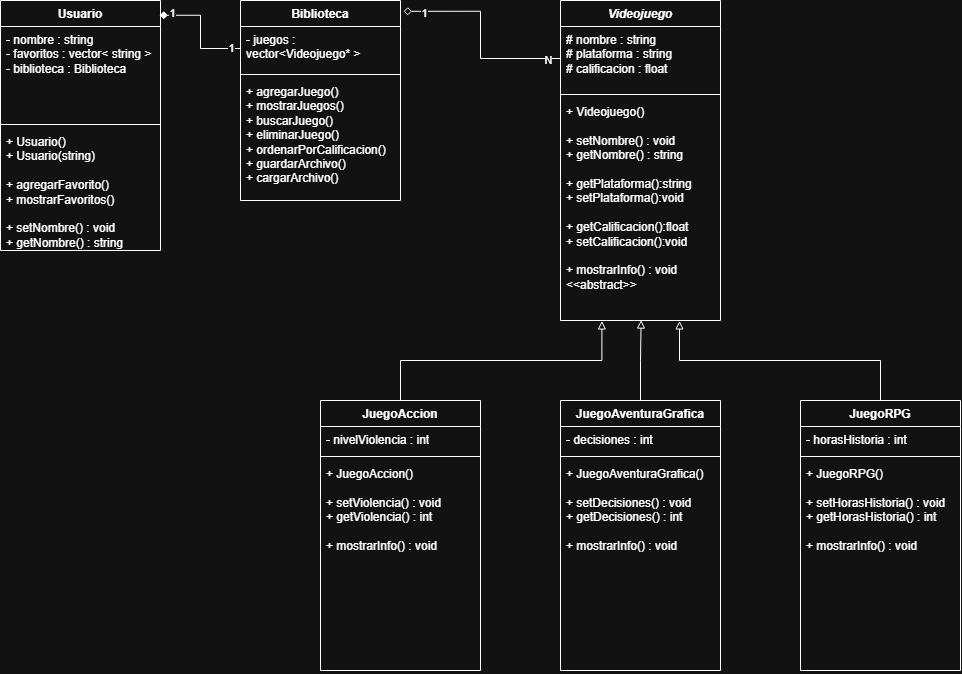
Before: 2Proyecto.drawio.png, a diagram exported from draw.io (Nararj/2Proyecto-C-). Source tidied: cells renumbered, new cells last; positions are measured from the earlier drawing's top-left corner, leaving out a move shared by most shapes.
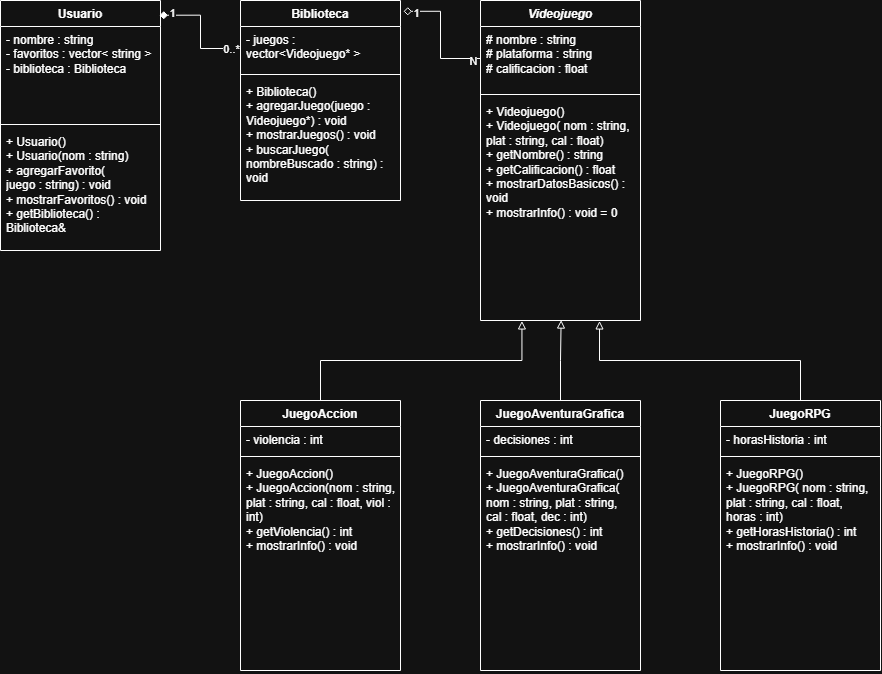
The same diagram one commit later.

The edit, as a diff of the source:
```diff
@@ -11,19 +11,19 @@
     <mxCell id="4" style="line;strokeWidth=1;fillColor=none;align=left;verticalAlign=middle;spacingTop=-1;spacingLeft=3;spacingRight=3;labelPosition=right;strokeColor=inherit;" parent="2" vertex="1">
       <mxGeometry y="90" width="160" height="8" as="geometry" />
     </mxCell>
-    <mxCell id="5" value="+ Videojuego()&lt;div&gt;&lt;br&gt;+ setNombre() : void&amp;nbsp;&lt;br&gt;+ getNombre() : string&lt;br&gt;&lt;div&gt;&lt;/div&gt;&lt;div&gt;&lt;br&gt;&lt;/div&gt;&lt;div&gt;+ getPlataforma():string&lt;/div&gt;&lt;div&gt;+ setPlataforma():void&lt;/div&gt;&lt;div&gt;&lt;br&gt;&lt;/div&gt;&lt;div&gt;+ getCalificacion():float&lt;/div&gt;&lt;div&gt;+ setCalificacion():void&lt;/div&gt;&lt;div&gt;&lt;br&gt;&lt;/div&gt;&lt;div&gt;+ mostrarInfo() : void&amp;nbsp;&lt;/div&gt;&lt;div&gt;&amp;lt;&amp;lt;abstract&amp;gt;&amp;gt;&lt;/div&gt;&lt;/div&gt;" style="text;strokeColor=none;fillColor=none;align=left;verticalAlign=top;spacingLeft=4;spacingRight=4;overflow=hidden;points=[[0,0.5],[1,0.5]];portConstraint=eastwest;whiteSpace=wrap;html=1;" parent="2" vertex="1">
+    <mxCell id="5" value="+ Videojuego()&lt;br&gt;+ Videojuego( nom : string, plat : string, cal : float)&lt;br&gt;+ getNombre() : string&lt;br&gt;+ getCalificacion() : float&lt;br&gt;+ mostrarDatosBasicos() : void&lt;br&gt;+ mostrarInfo() : void = 0" style="text;strokeColor=none;fillColor=none;align=left;verticalAlign=top;spacingLeft=4;spacingRight=4;overflow=hidden;points=[[0,0.5],[1,0.5]];portConstraint=eastwest;whiteSpace=wrap;html=1;" parent="2" vertex="1">
       <mxGeometry y="98" width="160" height="222" as="geometry" />
     </mxCell>
     <mxCell id="6" value="JuegoAccion" style="swimlane;fontStyle=1;align=center;verticalAlign=top;horizontal=1;startSize=26;whiteSpace=wrap;html=1;" parent="1" vertex="1">
       <mxGeometry x="320" y="400" width="160" height="270" as="geometry" />
     </mxCell>
-    <mxCell id="7" value="- nivelViolencia : int" style="text;strokeColor=none;fillColor=none;align=left;verticalAlign=top;spacingLeft=4;spacingRight=4;overflow=hidden;whiteSpace=wrap;html=1;" parent="6" vertex="1">
+    <mxCell id="7" value="- violencia : int" style="text;strokeColor=none;fillColor=none;align=left;verticalAlign=top;spacingLeft=4;spacingRight=4;overflow=hidden;whiteSpace=wrap;html=1;" parent="6" vertex="1">
       <mxGeometry y="26" width="160" height="26" as="geometry" />
     </mxCell>
     <mxCell id="8" style="line;strokeWidth=1;fillColor=none;align=left;verticalAlign=middle;spacingTop=-1;spacingLeft=3;spacingRight=3;labelPosition=right;strokeColor=inherit;" parent="6" vertex="1">
       <mxGeometry y="52" width="160" height="8" as="geometry" />
     </mxCell>
-    <mxCell id="9" value="+ JuegoAccion()&lt;div&gt;&lt;br&gt;&lt;/div&gt;&lt;div&gt;+ setViolencia() : void&lt;/div&gt;&lt;div&gt;+ getViolencia() : int&lt;/div&gt;&lt;div&gt;&lt;br&gt;&lt;/div&gt;&lt;div&gt;+ mostrarInfo() : void&amp;nbsp;&lt;/div&gt;" style="text;strokeColor=none;fillColor=none;align=left;verticalAlign=top;spacingLeft=4;spacingRight=4;overflow=hidden;whiteSpace=wrap;html=1;" parent="6" vertex="1">
+    <mxCell id="9" value="+ JuegoAccion()&lt;div&gt;+ JuegoAccion(nom : string, plat : string, cal : float, viol : int)&lt;/div&gt;&lt;div&gt;&lt;span style=&quot;background-color: transparent; color: light-dark(rgb(0, 0, 0), rgb(255, 255, 255));&quot;&gt;+ getViolencia() : int&lt;/span&gt;&lt;/div&gt;&lt;div&gt;+ mostrarInfo() : void&amp;nbsp;&lt;/div&gt;" style="text;strokeColor=none;fillColor=none;align=left;verticalAlign=top;spacingLeft=4;spacingRight=4;overflow=hidden;whiteSpace=wrap;html=1;" parent="6" vertex="1">
       <mxGeometry y="60" width="160" height="210" as="geometry" />
     </mxCell>
     <mxCell id="10" value="JuegoRPG" style="swimlane;fontStyle=1;align=center;verticalAlign=top;horizontal=1;startSize=26;whiteSpace=wrap;html=1;" parent="1" vertex="1">
@@ -35,7 +35,7 @@
     <mxCell id="12" style="line;strokeWidth=1;fillColor=none;align=left;verticalAlign=middle;spacingTop=-1;spacingLeft=3;spacingRight=3;labelPosition=right;strokeColor=inherit;" parent="10" vertex="1">
       <mxGeometry y="52" width="160" height="8" as="geometry" />
     </mxCell>
-    <mxCell id="13" value="&lt;div&gt;+ JuegoRPG()&lt;/div&gt;&lt;div&gt;&lt;br&gt;&lt;/div&gt;&lt;div&gt;+ setHorasHistoria() : void&lt;/div&gt;&lt;div&gt;+ getHorasHistoria() : int&lt;/div&gt;&lt;div&gt;&lt;br&gt;&lt;/div&gt;&lt;div&gt;+ mostrarInfo() : void&amp;nbsp;&lt;/div&gt;" style="text;strokeColor=none;fillColor=none;align=left;verticalAlign=top;spacingLeft=4;spacingRight=4;overflow=hidden;whiteSpace=wrap;html=1;" parent="10" vertex="1">
+    <mxCell id="13" value="&lt;div&gt;+ JuegoRPG()&lt;/div&gt;&lt;div&gt;+ JuegoRPG( nom : string, plat : string, cal : float, horas : int)&lt;/div&gt;&lt;div&gt;&lt;span style=&quot;background-color: transparent; color: light-dark(rgb(0, 0, 0), rgb(255, 255, 255));&quot;&gt;+ getHorasHistoria() : int&lt;/span&gt;&lt;/div&gt;&lt;div&gt;+ mostrarInfo() : void&amp;nbsp;&lt;/div&gt;" style="text;strokeColor=none;fillColor=none;align=left;verticalAlign=top;spacingLeft=4;spacingRight=4;overflow=hidden;whiteSpace=wrap;html=1;" parent="10" vertex="1">
       <mxGeometry y="60" width="160" height="210" as="geometry" />
     </mxCell>
     <mxCell id="14" value="JuegoAventuraGrafica" style="swimlane;fontStyle=1;align=center;verticalAlign=top;horizontal=1;startSize=26;whiteSpace=wrap;html=1;" parent="1" vertex="1">
@@ -47,11 +47,11 @@
     <mxCell id="16" style="line;strokeWidth=1;fillColor=none;align=left;verticalAlign=middle;spacingTop=-1;spacingLeft=3;spacingRight=3;labelPosition=right;strokeColor=inherit;" parent="14" vertex="1">
       <mxGeometry y="52" width="160" height="8" as="geometry" />
     </mxCell>
-    <mxCell id="17" value="&lt;div&gt;+ JuegoAventuraGrafica()&lt;/div&gt;&lt;div&gt;&lt;br&gt;&lt;/div&gt;&lt;div&gt;+ setDecisiones() : void&lt;/div&gt;&lt;div&gt;+ getDecisiones() : int&lt;/div&gt;&lt;div&gt;&lt;br&gt;&lt;/div&gt;&lt;div&gt;+ mostrarInfo() : void&amp;nbsp;&lt;/div&gt;" style="text;strokeColor=none;fillColor=none;align=left;verticalAlign=top;spacingLeft=4;spacingRight=4;overflow=hidden;whiteSpace=wrap;html=1;" parent="14" vertex="1">
+    <mxCell id="17" value="&lt;div&gt;+ JuegoAventuraGrafica()&lt;/div&gt;&lt;div&gt;+ JuegoAventuraGrafica( nom : string, plat : string, cal : float, dec : int)&lt;/div&gt;&lt;div&gt;+ getDecisiones() : int&lt;/div&gt;&lt;div&gt;+ mostrarInfo() : void&amp;nbsp;&lt;/div&gt;" style="text;strokeColor=none;fillColor=none;align=left;verticalAlign=top;spacingLeft=4;spacingRight=4;overflow=hidden;whiteSpace=wrap;html=1;" parent="14" vertex="1">
       <mxGeometry y="60" width="160" height="210" as="geometry" />
     </mxCell>
     <mxCell id="18" value="Biblioteca" style="swimlane;fontStyle=1;align=center;verticalAlign=top;horizontal=1;startSize=26;whiteSpace=wrap;html=1;" parent="1" vertex="1">
-      <mxGeometry x="240" width="160" height="200" as="geometry" />
+      <mxGeometry x="320" width="160" height="200" as="geometry" />
     </mxCell>
     <mxCell id="19" value="- juegos : vector&amp;lt;Videojuego* &amp;gt;" style="text;strokeColor=none;fillColor=none;align=left;verticalAlign=top;spacingLeft=4;spacingRight=4;overflow=hidden;points=[[0,0.5],[1,0.5]];portConstraint=eastwest;whiteSpace=wrap;html=1;" parent="18" vertex="1">
       <mxGeometry y="26" width="160" height="44" as="geometry" />
@@ -59,11 +59,11 @@
     <mxCell id="20" style="line;strokeWidth=1;fillColor=none;align=left;verticalAlign=middle;spacingTop=-1;spacingLeft=3;spacingRight=3;labelPosition=right;strokeColor=inherit;" parent="18" vertex="1">
       <mxGeometry y="70" width="160" height="8" as="geometry" />
     </mxCell>
-    <mxCell id="21" value="+ agregarJuego()&amp;nbsp;&lt;br&gt;+ mostrarJuegos()&amp;nbsp;&lt;br&gt;+ buscarJuego()&amp;nbsp;&lt;br&gt;+ eliminarJuego()&amp;nbsp;&lt;br&gt;+ ordenarPorCalificacion()&amp;nbsp;&lt;br&gt;+ guardarArchivo()&amp;nbsp;&lt;br&gt;+ cargarArchivo()" style="text;strokeColor=none;fillColor=none;align=left;verticalAlign=top;spacingLeft=4;spacingRight=4;overflow=hidden;whiteSpace=wrap;html=1;" parent="18" vertex="1">
+    <mxCell id="21" value="+ Biblioteca()&lt;br&gt;+ agregarJuego(juego : Videojuego*) : void&lt;br&gt;+ mostrarJuegos() : void&lt;br&gt;+ buscarJuego( nombreBuscado : string) : void" style="text;strokeColor=none;fillColor=none;align=left;verticalAlign=top;spacingLeft=4;spacingRight=4;overflow=hidden;whiteSpace=wrap;html=1;" parent="18" vertex="1">
       <mxGeometry y="78" width="160" height="122" as="geometry" />
     </mxCell>
     <mxCell id="22" value="Usuario" style="swimlane;fontStyle=1;align=center;verticalAlign=top;horizontal=1;startSize=26;whiteSpace=wrap;html=1;" parent="1" vertex="1">
-      <mxGeometry width="160" height="250" as="geometry" />
+      <mxGeometry x="80" width="160" height="250" as="geometry" />
     </mxCell>
     <mxCell id="23" value="- nombre : string&lt;br&gt;- favoritos : vector&amp;lt; string &amp;gt;&amp;nbsp;&lt;br&gt;- biblioteca : Biblioteca" style="text;strokeColor=none;fillColor=none;align=left;verticalAlign=top;spacingLeft=4;spacingRight=4;overflow=hidden;whiteSpace=wrap;html=1;" parent="22" vertex="1">
       <mxGeometry y="26" width="160" height="94" as="geometry" />
@@ -71,7 +71,7 @@
     <mxCell id="24" style="line;strokeWidth=1;fillColor=none;align=left;verticalAlign=middle;spacingTop=-1;spacingLeft=3;spacingRight=3;labelPosition=right;strokeColor=inherit;" parent="22" vertex="1">
       <mxGeometry y="120" width="160" height="8" as="geometry" />
     </mxCell>
-    <mxCell id="25" value="+ Usuario()&amp;nbsp;&lt;br&gt;+ Usuario(string)&amp;nbsp;&lt;br&gt;&lt;br&gt;+ agregarFavorito()&amp;nbsp;&lt;br&gt;+ mostrarFavoritos()&amp;nbsp;&lt;br&gt;&lt;br&gt;+ setNombre() : void&lt;br&gt;+ getNombre() : string" style="text;strokeColor=none;fillColor=none;align=left;verticalAlign=top;spacingLeft=4;spacingRight=4;overflow=hidden;whiteSpace=wrap;html=1;" parent="22" vertex="1">
+    <mxCell id="25" value="+ Usuario()&lt;br&gt;+ Usuario(nom : string)&lt;br&gt;+ agregarFavorito(&lt;br&gt;    juego : string) : void&lt;br&gt;+ mostrarFavoritos() : void&lt;br&gt;+ getBiblioteca() : Biblioteca&amp;amp;" style="text;strokeColor=none;fillColor=none;align=left;verticalAlign=top;spacingLeft=4;spacingRight=4;overflow=hidden;whiteSpace=wrap;html=1;" parent="22" vertex="1">
       <mxGeometry y="128" width="160" height="122" as="geometry" />
     </mxCell>
     <mxCell id="26" style="endArrow=block;endFill=0;html=1;edgeStyle=orthogonalEdgeStyle;align=left;verticalAlign=top;rounded=0;entryX=0.744;entryY=1.002;entryDx=0;entryDy=0;entryPerimeter=0;exitX=0.5;exitY=0;exitDx=0;exitDy=0;" parent="1" edge="1" source="10" target="5">
@@ -98,8 +98,10 @@
     <mxCell id="33" value="1" style="edgeLabel;html=1;align=center;verticalAlign=middle;" parent="32" vertex="1">
       <mxGeometry x="0.78" y="-2" relative="1" as="geometry" />
     </mxCell>
-    <mxCell id="34" value="1" style="edgeLabel;html=1;align=center;verticalAlign=middle;" parent="32" vertex="1">
-      <mxGeometry x="-0.84" relative="1" as="geometry" />
+    <mxCell id="34" value="0..*" style="edgeLabel;html=1;align=center;verticalAlign=middle;" parent="32" vertex="1">
+      <mxGeometry x="-0.84" relative="1" as="geometry">
+        <mxPoint x="-1" as="offset" />
+      </mxGeometry>
     </mxCell>
   </root>
 </mxGraphModel>
```
